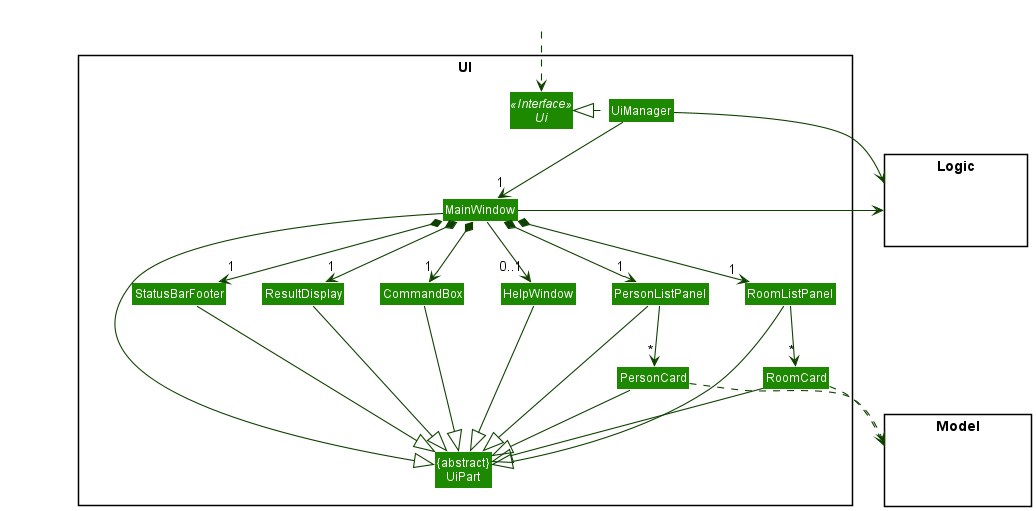
The PlantUML diagram docs/images/UiClassDiagram.png in peilinye/tp, before a commit.
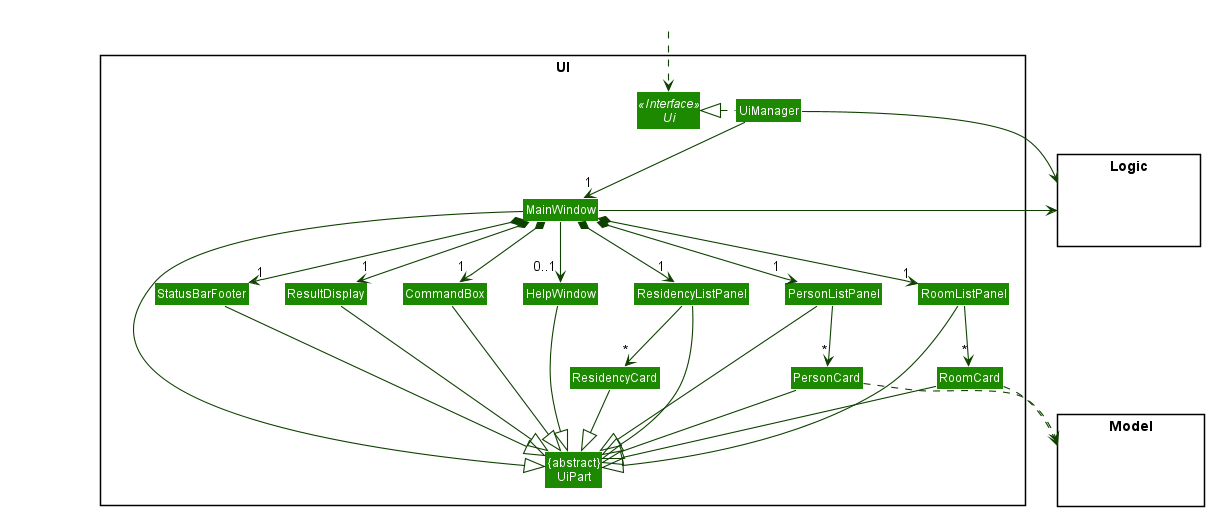
Above is the later version.

Diff of the diagram source:
```diff
@@ -15,6 +15,8 @@
 Class PersonCard
 Class RoomListPanel
 Class RoomCard
+Class ResidencyListPanel
+Class ResidencyCard
 Class StatusBarFooter
 Class CommandBox
 }
@@ -36,11 +38,13 @@
 MainWindow *-down-> "1" ResultDisplay
 MainWindow *-down-> "1" RoomListPanel
 MainWindow *-down-> "1" PersonListPanel
+MainWindow *-down-> "1" ResidencyListPanel
 MainWindow *-down-> "1" StatusBarFooter
 MainWindow --> "0..1" HelpWindow
 
 PersonListPanel -down-> "*" PersonCard
 RoomListPanel -down-> "*" RoomCard
+ResidencyListPanel -down-> "*" ResidencyCard
 
 MainWindow -left-|> UiPart
 
@@ -50,6 +54,8 @@
 PersonCard --|> UiPart
 RoomListPanel --|> UiPart
 RoomCard --|> UiPart
+ResidencyListPanel --|> UiPart
+ResidencyCard --|> UiPart
 StatusBarFooter --|> UiPart
 HelpWindow --|> UiPart
 
```
